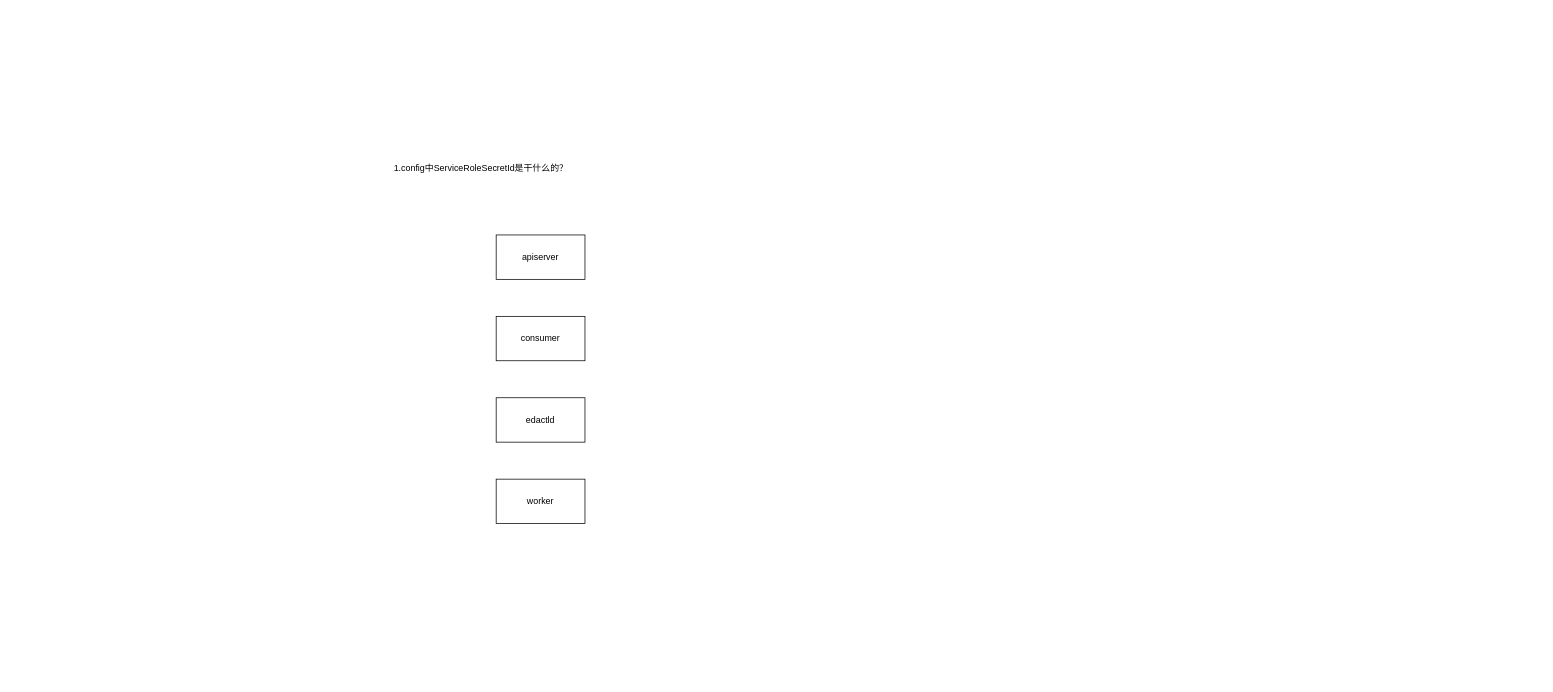
mattshhuang/draw-io keeps this draw.io diagram as page "代码" (3 of 3) of draft/eda-devops/未命名绘图.drawio. Above is the earlier version. Source tidied: cells renumbered, new cells numbered last; positions are measured from the earlier drawing's top-left corner, leaving out a move shared by most shapes. Both pictures are drawn from the tidied source at 74%, with x=0, y=0 at pixel (392, 157).
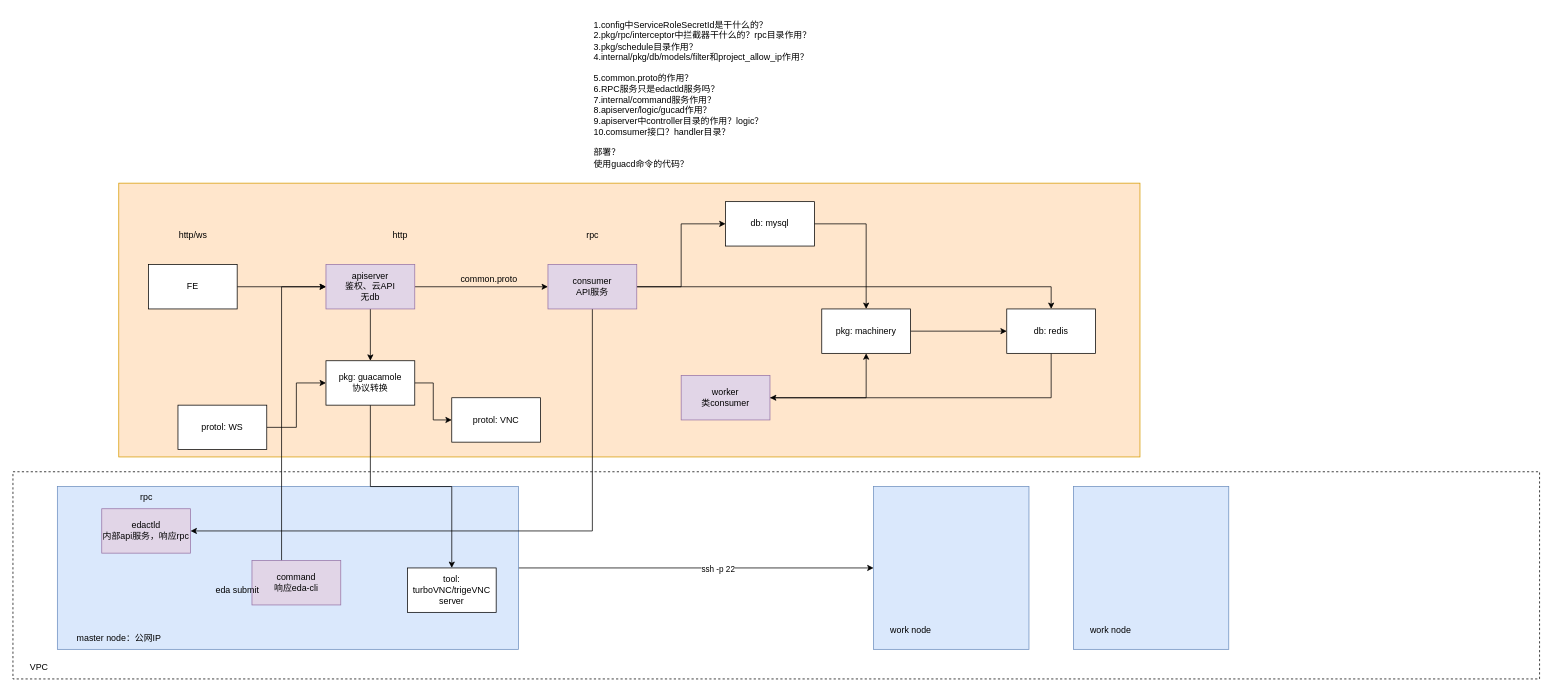
The same diagram, later.

Commit message:
更新未命名绘图.drawio

What changed in the source:
```diff
@@
+    <mxCell id="7" style="rounded=0;whiteSpace=wrap;html=1;labelBackgroundColor=none;dashed=1;" parent="1" vertex="1">
+      <mxGeometry x="-513" y="425" width="2063" height="280" as="geometry" />
+    </mxCell>
+    <mxCell id="8" style="edgeStyle=orthogonalEdgeStyle;rounded=0;jettySize=auto;html=1;entryX=0;entryY=0.5;entryDx=0;entryDy=0;" parent="1" edge="1" source="10" target="42">
+      <mxGeometry relative="1" as="geometry" />
+    </mxCell>
+    <mxCell id="9" value="ssh -p 22" style="edgeLabel;html=1;align=center;verticalAlign=middle;" parent="8" vertex="1">
+      <mxGeometry x="0.12" y="-1" relative="1" as="geometry" />
+    </mxCell>
+    <mxCell id="10" style="rounded=0;whiteSpace=wrap;html=1;labelBackgroundColor=none;fillColor=#dae8fc;strokeColor=#6c8ebf;" parent="1" vertex="1">
+      <mxGeometry x="-453" y="445" width="623" height="220" as="geometry" />
+    </mxCell>
+    <mxCell id="11" style="rounded=0;whiteSpace=wrap;html=1;labelBackgroundColor=none;fillColor=#ffe6cc;strokeColor=#d79b00;" parent="1" vertex="1">
+      <mxGeometry x="-370" y="35" width="1380" height="370" as="geometry" />
+    </mxCell>
-    <mxCell id="2" value="1.config中ServiceRoleSecretId是干什么的？" style="text;html=1;align=left;verticalAlign=middle;strokeColor=none;fillColor=none;" parent="1" vertex="1">
-      <mxGeometry width="260" height="30" as="geometry" />
+    <mxCell id="2" value="1.config中ServiceRoleSecretId是干什么的？&lt;br&gt;2.pkg/rpc/interceptor中拦截器干什么的？rpc目录作用？&lt;br&gt;3.pkg/schedule目录作用？&lt;br&gt;4.internal/pkg/db/models/filter和project_allow_ip作用？&lt;br&gt;&lt;br&gt;5.common.proto的作用？&lt;br&gt;6.RPC服务只是edactld服务吗？&lt;br&gt;7.internal/command服务作用？&lt;br&gt;8.apiserver/logic/gucad作用？&lt;br&gt;9.apiserver中controller目录的作用？logic？&lt;br&gt;10.comsumer接口？handler目录？&lt;br&gt;&lt;br&gt;部署？&lt;br&gt;使用guacd命令的代码？" style="text;html=1;align=left;verticalAlign=middle;strokeColor=none;fillColor=none;" parent="1" vertex="1">
+      <mxGeometry x="270" y="-195" width="320" height="220" as="geometry" />
     </mxCell>
+    <mxCell id="12" style="edgeStyle=orthogonalEdgeStyle;rounded=0;jettySize=auto;html=1;entryX=0;entryY=0.5;entryDx=0;entryDy=0;" parent="1" edge="1" source="3" target="4">
+      <mxGeometry relative="1" as="geometry" />
+    </mxCell>
+    <mxCell id="13" style="edgeStyle=orthogonalEdgeStyle;rounded=0;jettySize=auto;html=1;entryX=0.5;entryY=0;entryDx=0;entryDy=0;" parent="1" edge="1" source="3" target="22">
+      <mxGeometry relative="1" as="geometry" />
+    </mxCell>
-    <mxCell id="3" value="apiserver" style="rounded=0;whiteSpace=wrap;html=1;labelBackgroundColor=none;" parent="1" vertex="1">
-      <mxGeometry x="140" y="105" width="120" height="60" as="geometry" />
+    <mxCell id="3" value="apiserver&lt;br&gt;鉴权、云API&lt;br&gt;无db" style="rounded=0;whiteSpace=wrap;html=1;labelBackgroundColor=none;fillColor=#e1d5e7;strokeColor=#9673a6;" parent="1" vertex="1">
+      <mxGeometry x="-90" y="145" width="120" height="60" as="geometry" />
     </mxCell>
+    <mxCell id="14" style="edgeStyle=orthogonalEdgeStyle;rounded=0;jettySize=auto;html=1;entryX=0;entryY=0.5;entryDx=0;entryDy=0;" parent="1" edge="1" source="4" target="37">
+      <mxGeometry relative="1" as="geometry" />
+    </mxCell>
+    <mxCell id="15" style="edgeStyle=orthogonalEdgeStyle;rounded=0;jettySize=auto;html=1;entryX=0.5;entryY=0;entryDx=0;entryDy=0;" parent="1" edge="1" source="4" target="35">
+      <mxGeometry relative="1" as="geometry" />
+    </mxCell>
+    <mxCell id="16" style="edgeStyle=orthogonalEdgeStyle;rounded=0;jettySize=auto;html=1;entryX=1;entryY=0.5;entryDx=0;entryDy=0;" parent="1" edge="1" source="4" target="5">
+      <mxGeometry relative="1" as="geometry">
+        <Array as="points">
+          <mxPoint x="270" y="505" />
+        </Array>
+      </mxGeometry>
+    </mxCell>
-    <mxCell id="4" value="consumer" style="rounded=0;whiteSpace=wrap;html=1;labelBackgroundColor=none;" parent="1" vertex="1">
-      <mxGeometry x="140" y="215" width="120" height="60" as="geometry" />
+    <mxCell id="4" value="consumer&lt;br&gt;API服务" style="rounded=0;whiteSpace=wrap;html=1;labelBackgroundColor=none;fillColor=#e1d5e7;strokeColor=#9673a6;" parent="1" vertex="1">
+      <mxGeometry x="210" y="145" width="120" height="60" as="geometry" />
     </mxCell>
-    <mxCell id="5" value="edactld" style="rounded=0;whiteSpace=wrap;html=1;labelBackgroundColor=none;" parent="1" vertex="1">
-      <mxGeometry x="140" y="325" width="120" height="60" as="geometry" />
+    <mxCell id="5" value="edactld&lt;br&gt;内部api服务，响应rpc" style="rounded=0;whiteSpace=wrap;html=1;labelBackgroundColor=none;fillColor=#e1d5e7;strokeColor=#9673a6;" parent="1" vertex="1">
+      <mxGeometry x="-393" y="475" width="120" height="60" as="geometry" />
     </mxCell>
+    <mxCell id="17" style="edgeStyle=orthogonalEdgeStyle;rounded=0;jettySize=auto;html=1;entryX=0.5;entryY=1;entryDx=0;entryDy=0;" parent="1" edge="1" source="6" target="19">
+      <mxGeometry relative="1" as="geometry" />
+    </mxCell>
-    <mxCell id="6" value="worker" style="rounded=0;whiteSpace=wrap;html=1;labelBackgroundColor=none;" parent="1" vertex="1">
-      <mxGeometry x="140" y="435" width="120" height="60" as="geometry" />
+    <mxCell id="6" value="worker&lt;br&gt;类consumer" style="rounded=0;whiteSpace=wrap;html=1;labelBackgroundColor=none;fillColor=#e1d5e7;strokeColor=#9673a6;" parent="1" vertex="1">
+      <mxGeometry x="390" y="295" width="120" height="60" as="geometry" />
     </mxCell>
+    <mxCell id="18" style="edgeStyle=orthogonalEdgeStyle;rounded=0;jettySize=auto;html=1;" parent="1" edge="1" source="19" target="35">
+      <mxGeometry relative="1" as="geometry" />
+    </mxCell>
+    <mxCell id="19" value="pkg: machinery" style="whiteSpace=wrap;html=1;labelBackgroundColor=none;" parent="1" vertex="1">
+      <mxGeometry x="580" y="205" width="120" height="60" as="geometry" />
+    </mxCell>
+    <mxCell id="20" style="edgeStyle=orthogonalEdgeStyle;rounded=0;jettySize=auto;html=1;" parent="1" edge="1" source="22" target="31">
+      <mxGeometry relative="1" as="geometry" />
+    </mxCell>
+    <mxCell id="21" style="edgeStyle=orthogonalEdgeStyle;rounded=0;jettySize=auto;html=1;entryX=0.5;entryY=0;entryDx=0;entryDy=0;" parent="1" edge="1" source="22" target="38">
+      <mxGeometry relative="1" as="geometry" />
+    </mxCell>
+    <mxCell id="22" value="pkg: guacamole&lt;br&gt;协议转换" style="whiteSpace=wrap;html=1;labelBackgroundColor=none;" parent="1" vertex="1">
+      <mxGeometry x="-90" y="275" width="120" height="60" as="geometry" />
+    </mxCell>
+    <mxCell id="23" style="edgeStyle=orthogonalEdgeStyle;rounded=0;jettySize=auto;html=1;entryX=0;entryY=0.5;entryDx=0;entryDy=0;" parent="1" edge="1" source="24" target="3">
+      <mxGeometry relative="1" as="geometry">
+        <Array as="points">
+          <mxPoint x="-150" y="175" />
+        </Array>
+      </mxGeometry>
+    </mxCell>
+    <mxCell id="24" value="command&lt;br&gt;响应eda-cli" style="rounded=0;whiteSpace=wrap;html=1;labelBackgroundColor=none;fillColor=#e1d5e7;strokeColor=#9673a6;" parent="1" vertex="1">
+      <mxGeometry x="-190" y="545" width="120" height="60" as="geometry" />
+    </mxCell>
+    <mxCell id="25" value="http" style="text;html=1;align=center;verticalAlign=middle;strokeColor=none;fillColor=none;" parent="1" vertex="1">
+      <mxGeometry x="-10" y="90" width="40" height="30" as="geometry" />
+    </mxCell>
+    <mxCell id="26" value="rpc" style="text;html=1;align=center;verticalAlign=middle;strokeColor=none;fillColor=none;" parent="1" vertex="1">
+      <mxGeometry x="250" y="90" width="40" height="30" as="geometry" />
+    </mxCell>
+    <mxCell id="27" style="edgeStyle=orthogonalEdgeStyle;rounded=0;jettySize=auto;html=1;" parent="1" edge="1" source="28" target="3">
+      <mxGeometry relative="1" as="geometry" />
+    </mxCell>
+    <mxCell id="28" value="FE" style="whiteSpace=wrap;html=1;labelBackgroundColor=none;" parent="1" vertex="1">
+      <mxGeometry x="-330" y="145" width="120" height="60" as="geometry" />
+    </mxCell>
+    <mxCell id="29" style="edgeStyle=orthogonalEdgeStyle;rounded=0;jettySize=auto;html=1;entryX=0;entryY=0.5;entryDx=0;entryDy=0;" parent="1" edge="1" source="30" target="22">
+      <mxGeometry relative="1" as="geometry" />
+    </mxCell>
+    <mxCell id="30" value="protol: WS" style="whiteSpace=wrap;html=1;labelBackgroundColor=none;" parent="1" vertex="1">
+      <mxGeometry x="-290" y="335" width="120" height="60" as="geometry" />
+    </mxCell>
+    <mxCell id="31" value="protol: VNC" style="whiteSpace=wrap;html=1;labelBackgroundColor=none;" parent="1" vertex="1">
+      <mxGeometry x="80" y="325" width="120" height="60" as="geometry" />
+    </mxCell>
+    <mxCell id="32" value="common.proto" style="text;html=1;align=center;verticalAlign=middle;strokeColor=none;fillColor=none;" parent="1" vertex="1">
+      <mxGeometry x="80" y="150" width="100" height="30" as="geometry" />
+    </mxCell>
+    <mxCell id="33" value="http/ws" style="text;html=1;align=center;verticalAlign=middle;strokeColor=none;fillColor=none;" parent="1" vertex="1">
+      <mxGeometry x="-300" y="90" width="60" height="30" as="geometry" />
+    </mxCell>
+    <mxCell id="34" style="edgeStyle=orthogonalEdgeStyle;rounded=0;jettySize=auto;html=1;entryX=1;entryY=0.5;entryDx=0;entryDy=0;" parent="1" edge="1" source="35" target="6">
+      <mxGeometry relative="1" as="geometry">
+        <Array as="points">
+          <mxPoint x="890" y="325" />
+        </Array>
+      </mxGeometry>
+    </mxCell>
+    <mxCell id="35" value="db: redis" style="whiteSpace=wrap;html=1;labelBackgroundColor=none;" parent="1" vertex="1">
+      <mxGeometry x="830" y="205" width="120" height="60" as="geometry" />
+    </mxCell>
+    <mxCell id="36" style="edgeStyle=orthogonalEdgeStyle;rounded=0;jettySize=auto;html=1;entryX=0.5;entryY=0;entryDx=0;entryDy=0;" parent="1" edge="1" source="37" target="19">
+      <mxGeometry relative="1" as="geometry" />
+    </mxCell>
+    <mxCell id="37" value="db: mysql" style="whiteSpace=wrap;html=1;labelBackgroundColor=none;" parent="1" vertex="1">
+      <mxGeometry x="450" y="60" width="120" height="60" as="geometry" />
+    </mxCell>
+    <mxCell id="38" value="tool:&lt;br&gt;turboVNC/trigeVNC&lt;br&gt;server" style="rounded=0;whiteSpace=wrap;html=1;labelBackgroundColor=none;" parent="1" vertex="1">
+      <mxGeometry x="20" y="555" width="120" height="60" as="geometry" />
+    </mxCell>
+    <mxCell id="39" value="rpc" style="text;html=1;align=center;verticalAlign=middle;strokeColor=none;fillColor=none;" parent="1" vertex="1">
+      <mxGeometry x="-353" y="445" width="40" height="30" as="geometry" />
+    </mxCell>
+    <mxCell id="40" value="eda submit&lt;br&gt;" style="text;html=1;align=center;verticalAlign=middle;strokeColor=none;fillColor=none;" parent="1" vertex="1">
+      <mxGeometry x="-250" y="570" width="80" height="30" as="geometry" />
+    </mxCell>
+    <mxCell id="41" value="master node：公网IP" style="text;html=1;align=center;verticalAlign=middle;strokeColor=none;fillColor=none;" parent="1" vertex="1">
+      <mxGeometry x="-440" y="635" width="140" height="30" as="geometry" />
+    </mxCell>
+    <mxCell id="42" style="rounded=0;whiteSpace=wrap;html=1;labelBackgroundColor=none;fillColor=#dae8fc;strokeColor=#6c8ebf;" parent="1" vertex="1">
+      <mxGeometry x="650" y="445" width="210" height="220" as="geometry" />
+    </mxCell>
+    <mxCell id="43" value="work node" style="text;html=1;align=center;verticalAlign=middle;strokeColor=none;fillColor=none;" parent="1" vertex="1">
+      <mxGeometry x="660" y="625" width="80" height="30" as="geometry" />
+    </mxCell>
+    <mxCell id="44" style="rounded=0;whiteSpace=wrap;html=1;labelBackgroundColor=none;fillColor=#dae8fc;strokeColor=#6c8ebf;" parent="1" vertex="1">
+      <mxGeometry x="920" y="445" width="210" height="220" as="geometry" />
+    </mxCell>
+    <mxCell id="45" value="work node" style="text;html=1;align=center;verticalAlign=middle;strokeColor=none;fillColor=none;" parent="1" vertex="1">
+      <mxGeometry x="930" y="625" width="80" height="30" as="geometry" />
+    </mxCell>
+    <mxCell id="46" value="VPC" style="text;html=1;align=center;verticalAlign=middle;strokeColor=none;fillColor=none;" parent="1" vertex="1">
+      <mxGeometry x="-503" y="675" width="50" height="30" as="geometry" />
+    </mxCell>
```
